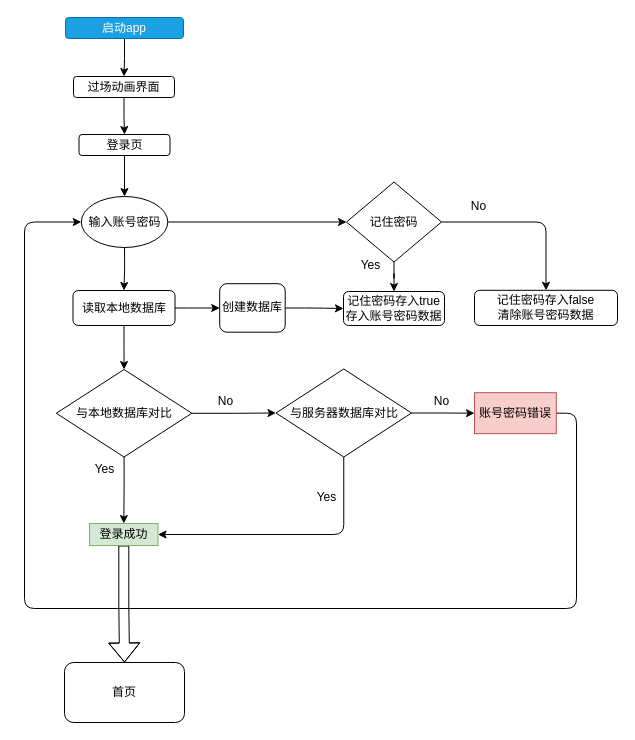
Above: page "Page-1" (1 of 2) of 骨料检测手机app登录页记住密码.drawio in Jian-2021/GLJC20220714 (draw.io), before the change. Source tidied: cells renumbered, new cells numbered last; positions are measured from the earlier drawing's top-left corner, leaving out a move shared by most shapes. Both pictures are drawn from the tidied source at 100%, with x=0, y=0 at pixel (24, 17).
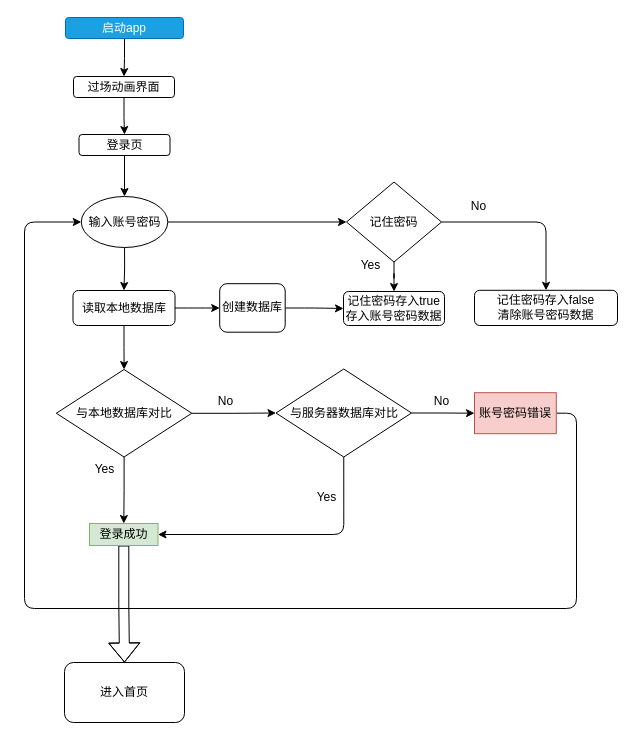
The same page after the edit.

What changed in the source:
```diff
@@
-    <mxCell id="37" value="首页" style="whiteSpace=wrap;html=1;rounded=1;shadow=0;strokeWidth=1;glass=0;" parent="1" vertex="1">
+    <mxCell id="37" value="进入首页" style="whiteSpace=wrap;html=1;rounded=1;shadow=0;strokeWidth=1;glass=0;" parent="1" vertex="1">
       <mxGeometry x="40" y="645" width="120" height="60" as="geometry" />
     </mxCell>
```
